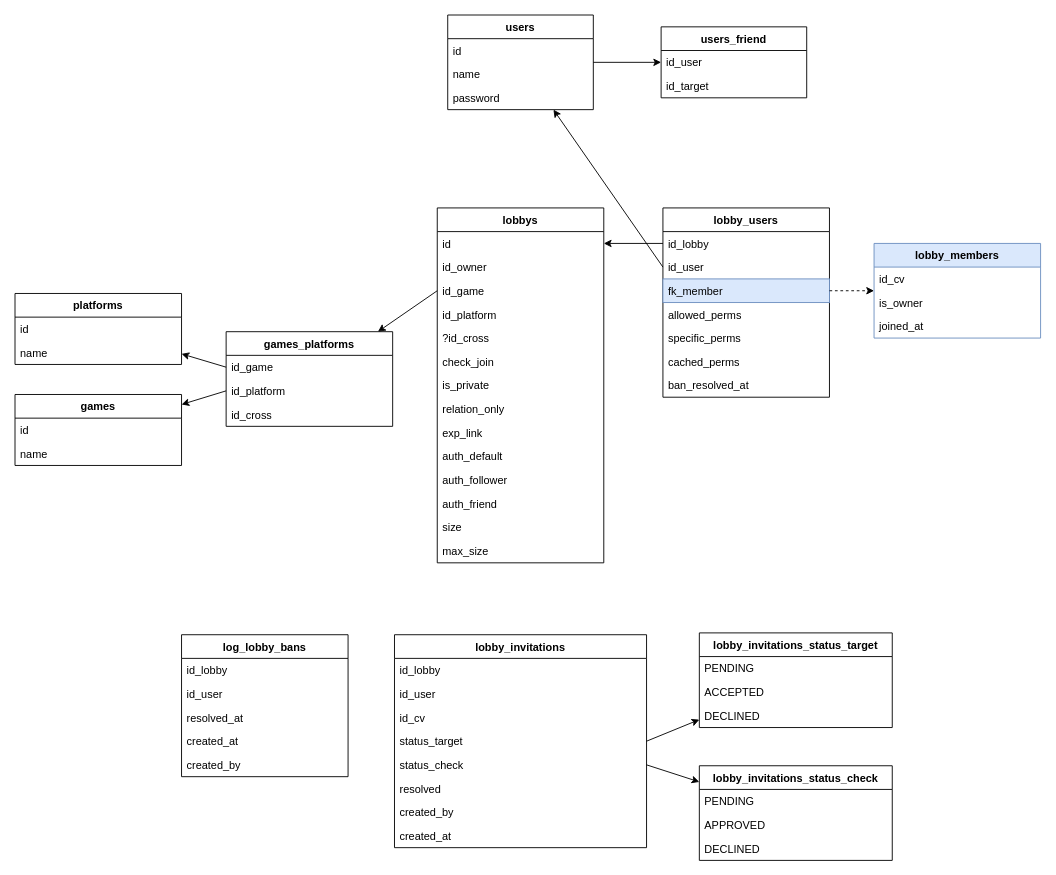
papawou/o_7 keeps this draw.io diagram as _bin/diagrams/sql.drawio. Above is the earlier version. Source tidied: cells renumbered, new cells numbered last; positions are measured from the earlier drawing's top-left corner, leaving out a move shared by most shapes. Both pictures are drawn from the tidied source at 91%, with x=0, y=0 at pixel (15, 15).
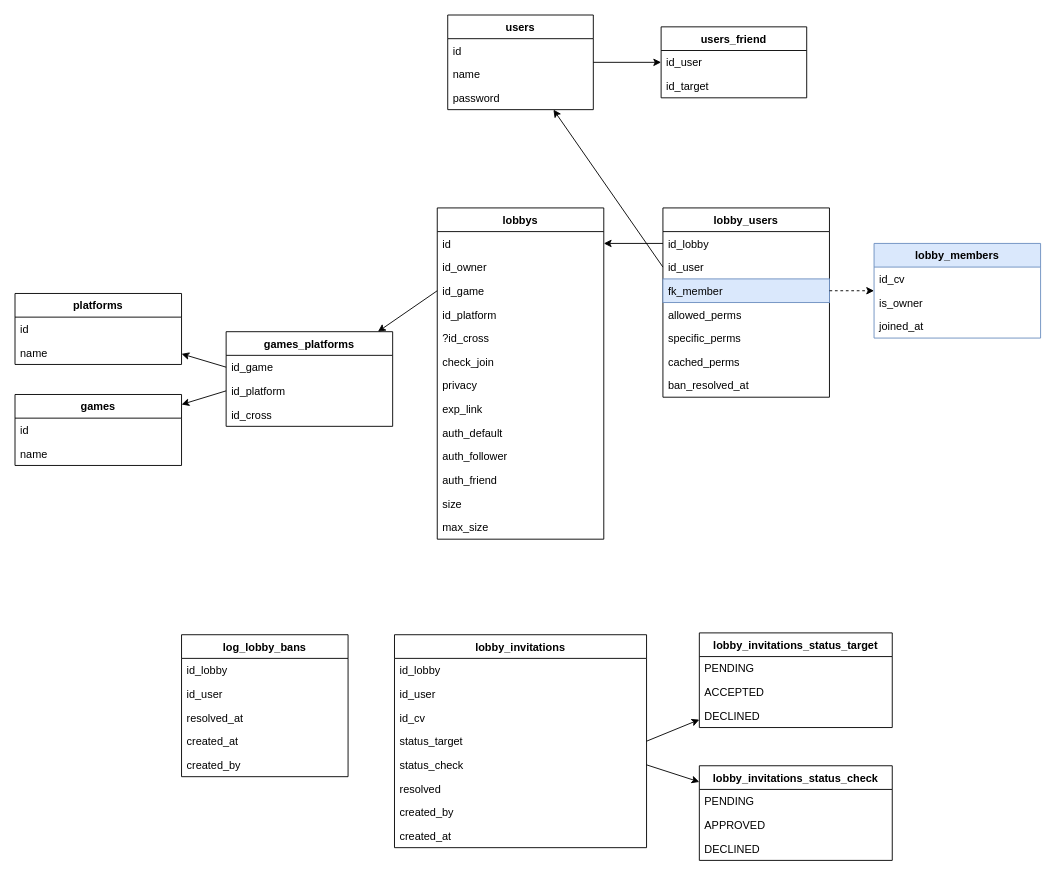
The same page after the edit.

What changed in the source:
```diff
@@
     <mxCell id="43" value="lobbys" style="swimlane;fontStyle=1;align=center;verticalAlign=top;horizontal=1;startSize=26;" parent="1" vertex="1">
-      <mxGeometry x="464" y="212" width="183" height="390" as="geometry" />
+      <mxGeometry x="464" y="212" width="183" height="364" as="geometry" />
     </mxCell>
@@
-    <mxCell id="51" value="is_private" style="text;align=left;verticalAlign=top;spacingLeft=4;spacingRight=4;overflow=hidden;" parent="43" vertex="1">
-      <mxGeometry y="182" width="183" height="26" as="geometry" />
-    </mxCell>
-    <mxCell id="52" value="relation_only" style="text;align=left;verticalAlign=top;spacingLeft=4;spacingRight=4;overflow=hidden;" parent="43" vertex="1">
-      <mxGeometry y="208" width="183" height="26" as="geometry" />
-    </mxCell>
+    <mxCell id="85" value="privacy" style="text;align=left;verticalAlign=top;spacingLeft=4;spacingRight=4;overflow=hidden;" parent="43" vertex="1">
+      <mxGeometry y="182" width="183" height="26" as="geometry" />
+    </mxCell>
     <mxCell id="53" value="exp_link" style="text;align=left;verticalAlign=top;spacingLeft=4;spacingRight=4;overflow=hidden;" parent="43" vertex="1">
-      <mxGeometry y="234" width="183" height="26" as="geometry" />
+      <mxGeometry y="208" width="183" height="26" as="geometry" />
     </mxCell>
     <mxCell id="54" value="auth_default" style="text;align=left;verticalAlign=top;spacingLeft=4;spacingRight=4;overflow=hidden;" parent="43" vertex="1">
-      <mxGeometry y="260" width="183" height="26" as="geometry" />
+      <mxGeometry y="234" width="183" height="26" as="geometry" />
     </mxCell>
     <mxCell id="55" value="auth_follower" style="text;align=left;verticalAlign=top;spacingLeft=4;spacingRight=4;overflow=hidden;" parent="43" vertex="1">
-      <mxGeometry y="286" width="183" height="26" as="geometry" />
+      <mxGeometry y="260" width="183" height="26" as="geometry" />
     </mxCell>
     <mxCell id="56" value="auth_friend" style="text;align=left;verticalAlign=top;spacingLeft=4;spacingRight=4;overflow=hidden;" parent="43" vertex="1">
-      <mxGeometry y="312" width="183" height="26" as="geometry" />
+      <mxGeometry y="286" width="183" height="26" as="geometry" />
     </mxCell>
     <mxCell id="57" value="size" style="text;align=left;verticalAlign=top;spacingLeft=4;spacingRight=4;overflow=hidden;" parent="43" vertex="1">
-      <mxGeometry y="338" width="183" height="26" as="geometry" />
+      <mxGeometry y="312" width="183" height="26" as="geometry" />
     </mxCell>
     <mxCell id="58" value="max_size" style="text;align=left;verticalAlign=top;spacingLeft=4;spacingRight=4;overflow=hidden;" parent="43" vertex="1">
-      <mxGeometry y="364" width="183" height="26" as="geometry" />
+      <mxGeometry y="338" width="183" height="26" as="geometry" />
     </mxCell>
```
